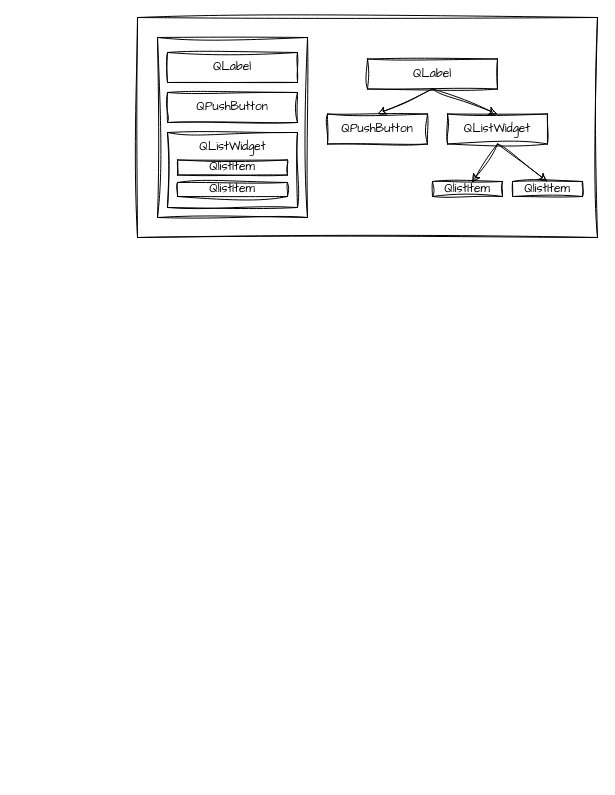
xiaogithubooo/LimouLearnNote keeps this draw.io diagram as Qt_Note/qt绘图.drawio. Above is the earlier version. Source tidied: cells renumbered, new cells numbered last; positions are measured from the earlier drawing's top-left corner, leaving out a move shared by most shapes. Both pictures are drawn from the tidied source at 100%, with x=0, y=0 at pixel (137, 17).
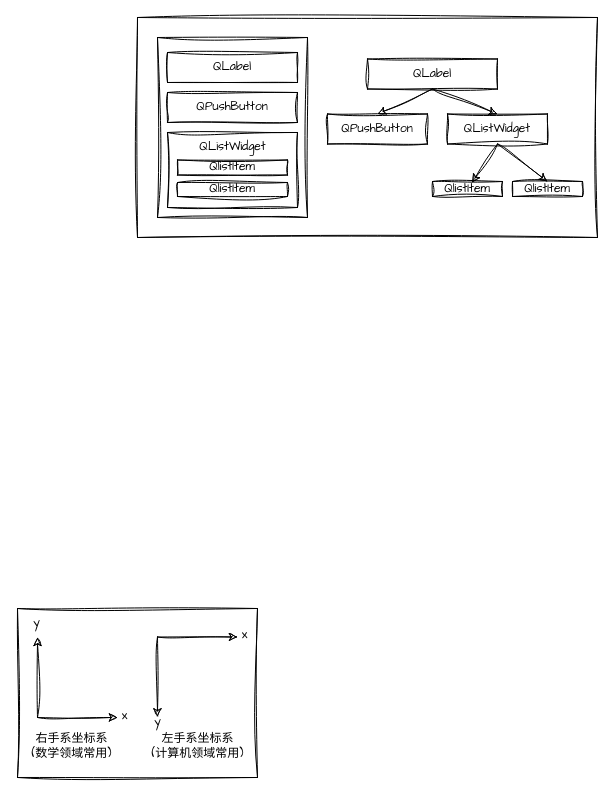
The same diagram, later.

Diff of the diagram source:
```diff
@@
+    <mxCell id="19" style="rounded=0;whiteSpace=wrap;html=1;sketch=1;curveFitting=1;jiggle=2;" parent="1" vertex="1">
+      <mxGeometry x="-120" y="591" width="240" height="169" as="geometry" />
+    </mxCell>
@@
+    <mxCell id="20" style="edgeStyle=none;orthogonalLoop=1;jettySize=auto;html=1;rounded=0;sketch=1;curveFitting=1;jiggle=2;" parent="1" edge="1">
+      <mxGeometry relative="1" as="geometry">
+        <mxPoint x="-100" y="700" as="sourcePoint" />
+        <mxPoint x="-100" y="620" as="targetPoint" />
+      </mxGeometry>
+    </mxCell>
+    <mxCell id="21" style="edgeStyle=none;orthogonalLoop=1;jettySize=auto;html=1;rounded=0;sketch=1;curveFitting=1;jiggle=2;" parent="1" edge="1">
+      <mxGeometry relative="1" as="geometry">
+        <mxPoint x="-100" y="700" as="sourcePoint" />
+        <mxPoint x="-20" y="700" as="targetPoint" />
+      </mxGeometry>
+    </mxCell>
+    <mxCell id="22" style="edgeStyle=none;orthogonalLoop=1;jettySize=auto;html=1;rounded=0;sketch=1;curveFitting=1;jiggle=2;" parent="1" edge="1">
+      <mxGeometry relative="1" as="geometry">
+        <mxPoint x="20" y="619.5" as="sourcePoint" />
+        <mxPoint x="100" y="619.5" as="targetPoint" />
+      </mxGeometry>
+    </mxCell>
+    <mxCell id="23" style="edgeStyle=none;orthogonalLoop=1;jettySize=auto;html=1;rounded=0;sketch=1;curveFitting=1;jiggle=2;" parent="1" edge="1">
+      <mxGeometry relative="1" as="geometry">
+        <mxPoint x="20" y="619.5" as="sourcePoint" />
+        <mxPoint x="20" y="699.5" as="targetPoint" />
+      </mxGeometry>
+    </mxCell>
+    <mxCell id="24" value="x" style="text;html=1;align=center;verticalAlign=middle;strokeColor=none;fillColor=none;fontFamily=Comic Sans MS;" parent="1" vertex="1">
+      <mxGeometry x="92" y="602.5" width="30" height="30" as="geometry" />
+    </mxCell>
+    <mxCell id="25" value="y" style="text;html=1;align=center;verticalAlign=middle;strokeColor=none;fillColor=none;fontFamily=Comic Sans MS;" parent="1" vertex="1">
+      <mxGeometry x="5" y="689.5" width="30" height="30" as="geometry" />
+    </mxCell>
+    <mxCell id="26" value="x" style="text;html=1;align=center;verticalAlign=middle;strokeColor=none;fillColor=none;fontFamily=Comic Sans MS;" parent="1" vertex="1">
+      <mxGeometry x="-28" y="684" width="30" height="30" as="geometry" />
+    </mxCell>
+    <mxCell id="27" value="y" style="text;html=1;align=center;verticalAlign=middle;strokeColor=none;fillColor=none;fontFamily=Comic Sans MS;" parent="1" vertex="1">
+      <mxGeometry x="-116" y="591" width="30" height="30" as="geometry" />
+    </mxCell>
+    <mxCell id="28" value="右手系坐标系&lt;br&gt;(数学领域常用)" style="text;html=1;align=center;verticalAlign=middle;strokeColor=none;fillColor=none;fontFamily=Comic Sans MS;" parent="1" vertex="1">
+      <mxGeometry x="-116" y="709" width="100" height="40" as="geometry" />
+    </mxCell>
+    <mxCell id="29" value="左手系坐标系&lt;br&gt;(计算机领域常用)" style="text;html=1;align=center;verticalAlign=middle;strokeColor=none;fillColor=none;fontFamily=Comic Sans MS;" parent="1" vertex="1">
+      <mxGeometry y="708.5" width="120" height="40" as="geometry" />
+    </mxCell>
```
